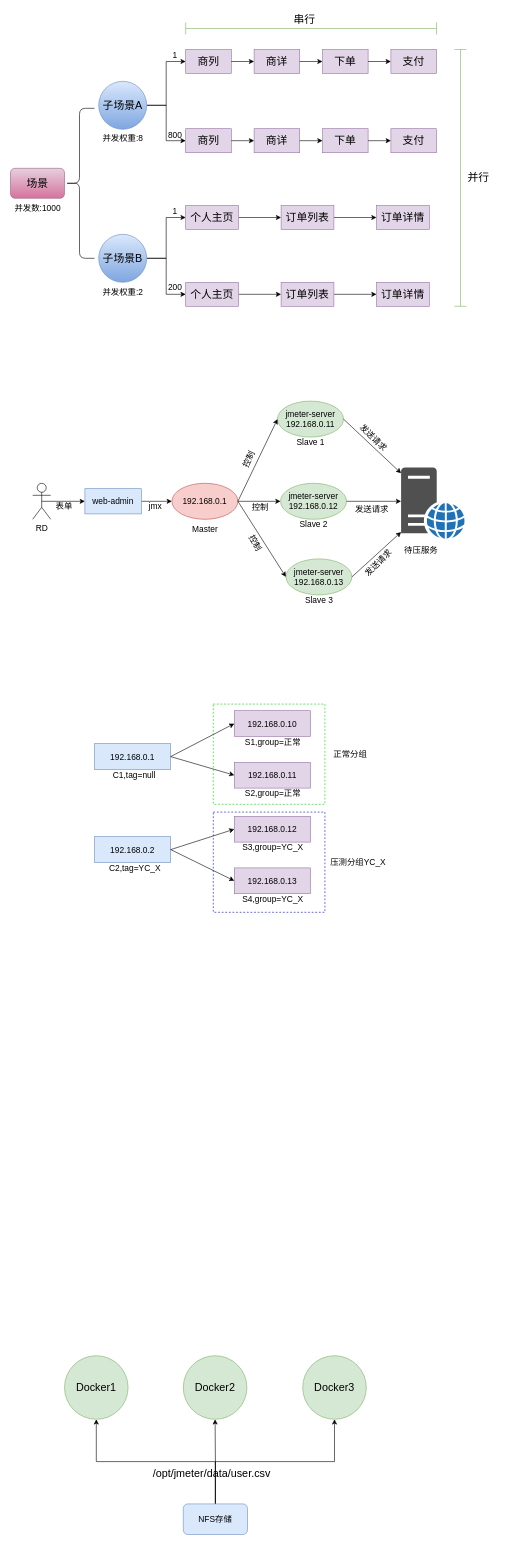
waterystone/draw_io keeps this draw.io diagram as tech/presstest/presstest.drawio. Above is the earlier version. Source tidied: cells renumbered, new cells numbered last; positions are measured from the earlier drawing's top-left corner, leaving out a move shared by most shapes. Both pictures are drawn from the tidied source at 60%, with x=0, y=0 at pixel (10, 10).
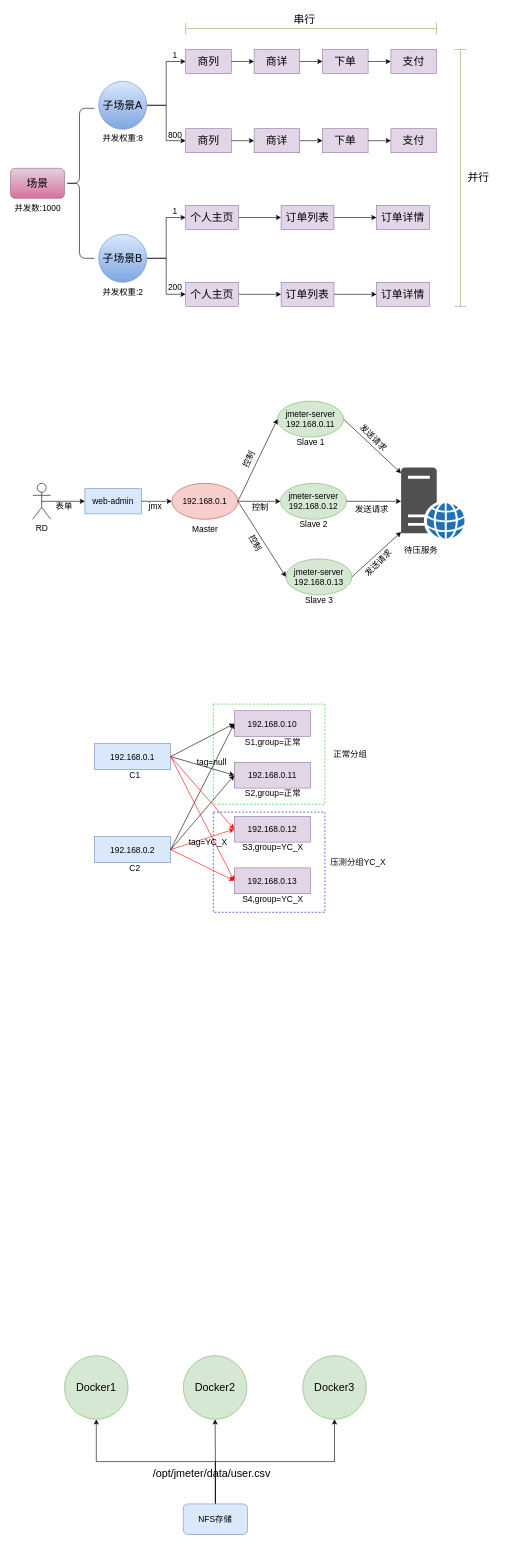
The same page after the edit.

Unchanged cells that the change refers to:
```xml
<mxCell id="80" style="group;" parent="1" vertex="1">
  <mxGeometry x="140" y="1222" width="127" height="62" as="geometry" />
</mxCell>
<mxCell id="81" value="192.168.0.1" style="rounded=0;whiteSpace=wrap;html=1;fontSize=14;fillColor=#dae8fc;strokeColor=#6c8ebf;" parent="80" vertex="1">
  <mxGeometry width="127" height="43" as="geometry" />
</mxCell>
<mxCell id="83" style="group;" parent="1" vertex="1">
  <mxGeometry x="140" y="1377" width="127" height="62" as="geometry" />
</mxCell>
<mxCell id="84" value="192.168.0.2" style="rounded=0;whiteSpace=wrap;html=1;fontSize=14;fillColor=#dae8fc;strokeColor=#6c8ebf;" parent="83" vertex="1">
  <mxGeometry width="127" height="43" as="geometry" />
</mxCell>
<mxCell id="87" value="192.168.0.10" style="rounded=0;whiteSpace=wrap;html=1;fontSize=14;fillColor=#e1d5e7;strokeColor=#9673a6;" parent="86" vertex="1">
  <mxGeometry width="127" height="43" as="geometry" />
</mxCell>
<mxCell id="90" value="192.168.0.11" style="rounded=0;whiteSpace=wrap;html=1;fontSize=14;fillColor=#e1d5e7;strokeColor=#9673a6;" parent="89" vertex="1">
  <mxGeometry width="127" height="43" as="geometry" />
</mxCell>
<mxCell id="93" value="192.168.0.12" style="rounded=0;whiteSpace=wrap;html=1;fontSize=14;fillColor=#e1d5e7;strokeColor=#9673a6;" parent="92" vertex="1">
  <mxGeometry width="127" height="43" as="geometry" />
</mxCell>
<mxCell id="96" value="192.168.0.13" style="rounded=0;whiteSpace=wrap;html=1;fontSize=14;fillColor=#e1d5e7;strokeColor=#9673a6;" parent="95" vertex="1">
  <mxGeometry width="127" height="43" as="geometry" />
</mxCell>
```

Diff of the diagram source:
```diff
@@
+    <mxCell id="103" style="rounded=0;whiteSpace=wrap;html=1;fontSize=14;fillColor=none;dashed=1;strokeColor=#0000CC;" parent="1" vertex="1">
+      <mxGeometry x="338" y="1336" width="186" height="167" as="geometry" />
+    </mxCell>
@@
-    <mxCell id="82" value="C1,tag=null" style="text;html=1;align=center;verticalAlign=middle;strokeColor=none;fillColor=none;fontSize=14;" parent="80" vertex="1">
-      <mxGeometry x="25.5" y="41" width="81" height="21" as="geometry" />
+    <mxCell id="82" value="C1" style="text;html=1;align=center;verticalAlign=middle;strokeColor=none;fillColor=none;fontSize=14;" parent="80" vertex="1">
+      <mxGeometry x="52.5" y="41" width="28" height="21" as="geometry" />
     </mxCell>
@@
-    <mxCell id="85" value="C2,tag=YC_X" style="text;html=1;align=center;verticalAlign=middle;strokeColor=none;fillColor=none;fontSize=14;" parent="83" vertex="1">
-      <mxGeometry x="18.5" y="41" width="96" height="21" as="geometry" />
+    <mxCell id="85" value="C2" style="text;html=1;align=center;verticalAlign=middle;strokeColor=none;fillColor=none;fontSize=14;" parent="83" vertex="1">
+      <mxGeometry x="52.5" y="41" width="28" height="21" as="geometry" />
     </mxCell>
@@
-    <mxCell id="100" style="endArrow=classic;html=1;rounded=0;fontSize=14;exitX=1;exitY=0.5;exitDx=0;exitDy=0;entryX=0;entryY=0.5;entryDx=0;entryDy=0;" parent="1" edge="1" source="84" target="93">
+    <mxCell id="100" style="endArrow=classic;html=1;rounded=0;fontSize=14;exitX=1;exitY=0.5;exitDx=0;exitDy=0;entryX=0;entryY=0.5;entryDx=0;entryDy=0;strokeColor=#FF0000;" parent="1" edge="1" source="84" target="93">
       <mxGeometry relative="1" as="geometry" />
     </mxCell>
-    <mxCell id="101" style="endArrow=classic;html=1;rounded=0;fontSize=14;exitX=1;exitY=0.5;exitDx=0;exitDy=0;entryX=0;entryY=0.5;entryDx=0;entryDy=0;" parent="1" edge="1" source="84" target="96">
+    <mxCell id="101" style="endArrow=classic;html=1;rounded=0;fontSize=14;exitX=1;exitY=0.5;exitDx=0;exitDy=0;entryX=0;entryY=0.5;entryDx=0;entryDy=0;strokeColor=#FF0000;" parent="1" edge="1" source="84" target="96">
       <mxGeometry relative="1" as="geometry" />
     </mxCell>
@@
-    <mxCell id="103" style="rounded=0;whiteSpace=wrap;html=1;fontSize=14;fillColor=none;dashed=1;strokeColor=#0000CC;" parent="1" vertex="1">
-      <mxGeometry x="338" y="1336" width="186" height="167" as="geometry" />
-    </mxCell>
@@
+    <mxCell id="113" style="endArrow=classic;html=1;rounded=0;fontSize=14;exitX=1;exitY=0.5;exitDx=0;exitDy=0;entryX=0;entryY=0.5;entryDx=0;entryDy=0;" parent="1" edge="1" source="84" target="87">
+      <mxGeometry relative="1" as="geometry" />
+    </mxCell>
+    <mxCell id="114" style="endArrow=classic;html=1;rounded=0;fontSize=14;exitX=1;exitY=0.5;exitDx=0;exitDy=0;entryX=0;entryY=0.5;entryDx=0;entryDy=0;" parent="1" edge="1" source="84" target="90">
+      <mxGeometry relative="1" as="geometry" />
+    </mxCell>
+    <mxCell id="115" style="endArrow=classic;html=1;rounded=0;fontSize=14;exitX=1;exitY=0.5;exitDx=0;exitDy=0;entryX=0;entryY=0.5;entryDx=0;entryDy=0;strokeColor=#FF0000;" parent="1" edge="1" source="81" target="93">
+      <mxGeometry relative="1" as="geometry" />
+    </mxCell>
+    <mxCell id="116" style="endArrow=classic;html=1;rounded=0;fontSize=14;exitX=1;exitY=0.5;exitDx=0;exitDy=0;entryX=0;entryY=0.5;entryDx=0;entryDy=0;strokeColor=#FF0000;" parent="1" edge="1" source="81" target="96">
+      <mxGeometry relative="1" as="geometry" />
+    </mxCell>
+    <mxCell id="117" value="&lt;span style=&quot;font-size: 14px&quot;&gt;tag=null&lt;/span&gt;" style="text;html=1;align=center;verticalAlign=middle;strokeColor=none;fillColor=none;" parent="1" vertex="1">
+      <mxGeometry x="305" y="1243.5" width="59" height="19" as="geometry" />
+    </mxCell>
+    <mxCell id="118" value="&lt;span style=&quot;font-size: 14px&quot;&gt;tag=YC_X&lt;/span&gt;" style="text;html=1;align=center;verticalAlign=middle;strokeColor=none;fillColor=none;" parent="1" vertex="1">
+      <mxGeometry x="292" y="1377" width="74" height="19" as="geometry" />
+    </mxCell>
```
